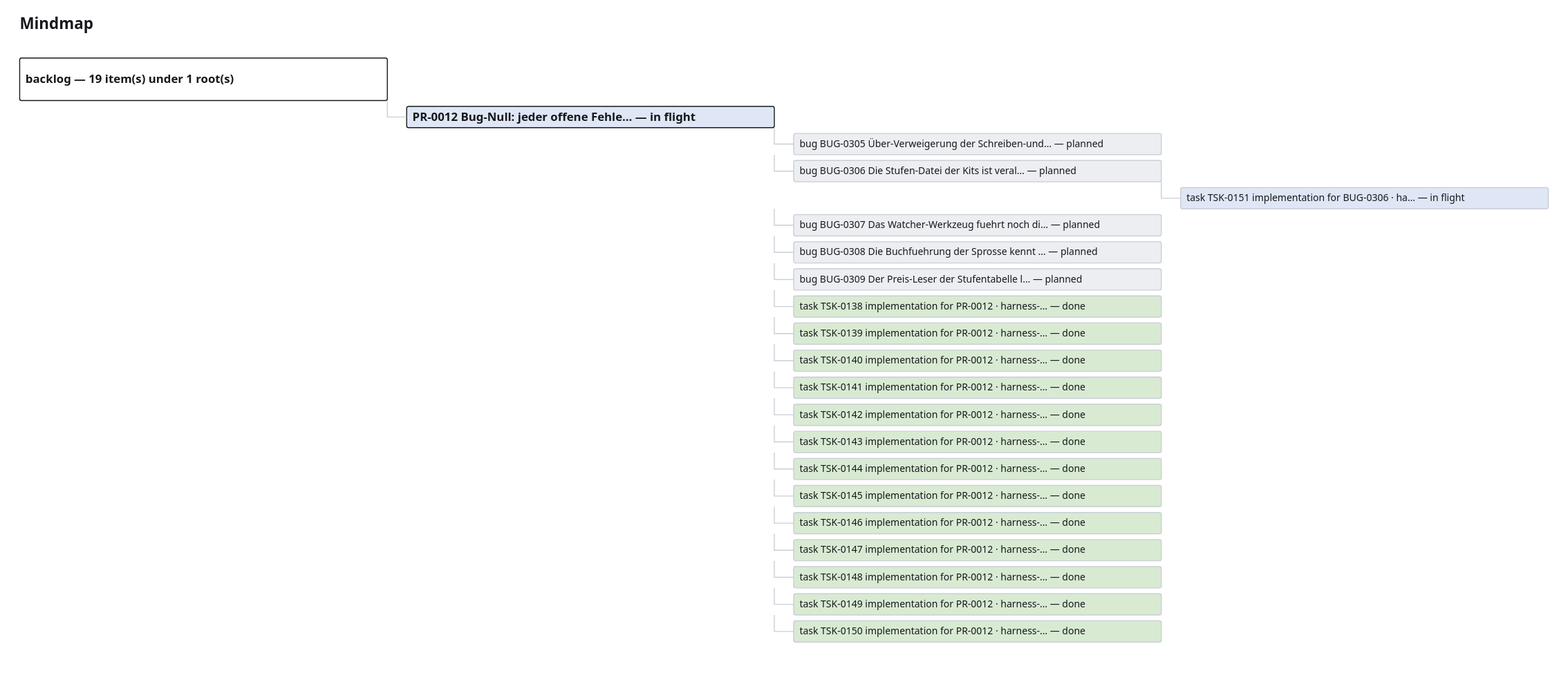
Above: project_memory/generated/mindmap.drawio.svg in GiaZenX/harness (draw.io), before the change. Source tidied: cells renumbered, new cells last; positions are measured from the earlier drawing's top-left corner, leaving out a move shared by most shapes.
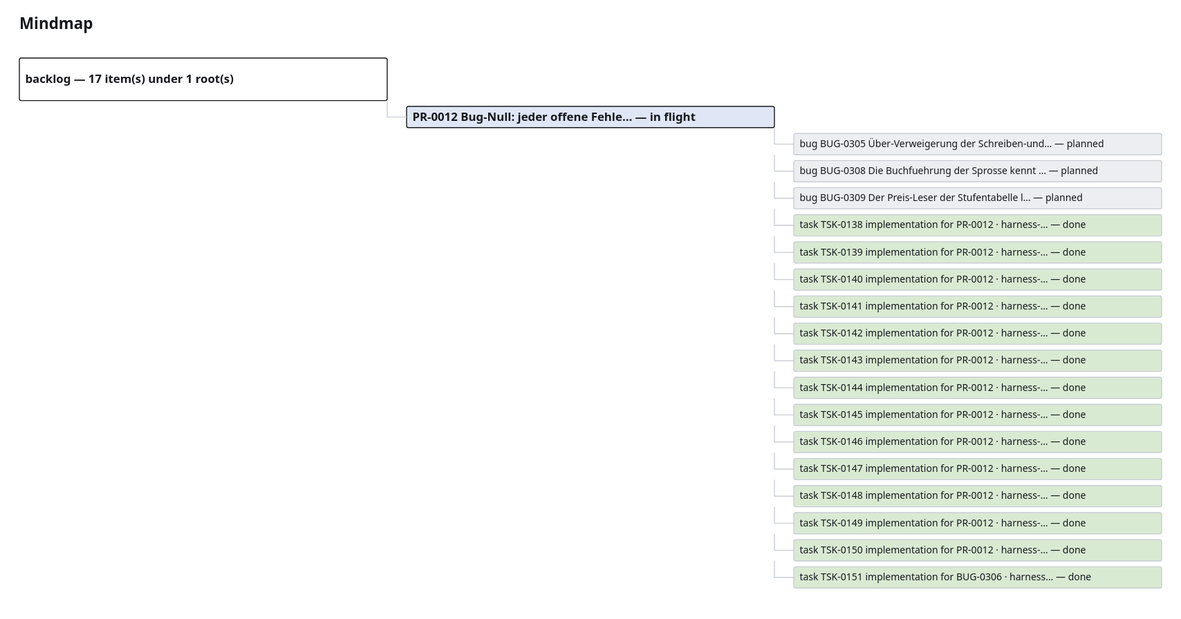
After the commit.

Diff of the diagram source:
```diff
@@ -5,7 +5,7 @@
     <mxCell id="2" value="Mindmap" style="text;html=1;fontSize=16;fontStyle=1;" parent="1" vertex="1">
       <mxGeometry width="300" height="20" as="geometry" />
     </mxCell>
-    <mxCell id="3" value="backlog — 19 item(s) under 1 root(s)" style="rounded=1;whiteSpace=wrap;html=1;fillColor=#ffffff;strokeColor=#16181c;fontSize=12;fontStyle=1;" parent="1" vertex="1">
+    <mxCell id="3" value="backlog — 17 item(s) under 1 root(s)" style="rounded=1;whiteSpace=wrap;html=1;fillColor=#ffffff;strokeColor=#16181c;fontSize=12;fontStyle=1;" parent="1" vertex="1">
       <mxGeometry y="44" width="380" height="44" as="geometry" />
     </mxCell>
     <mxCell id="4" value="PR-0012 Bug-Null: jeder offene Fehle… — in flight" style="rounded=1;whiteSpace=wrap;html=1;fillColor=#dfe6f5;strokeColor=#16181c;fontSize=12;fontStyle=1;" parent="1" vertex="1">
@@ -20,113 +20,101 @@
     <mxCell id="7" style="edgeStyle=orthogonalEdgeStyle;endArrow=none;strokeColor=#c9ced6;" parent="1" edge="1" source="4" target="6">
       <mxGeometry relative="1" as="geometry" />
     </mxCell>
-    <mxCell id="8" value="bug BUG-0306 Die Stufen-Datei der Kits ist veral… — planned" style="rounded=1;whiteSpace=wrap;html=1;fillColor=#eceef1;strokeColor=#c9ced6;fontSize=10;" parent="1" vertex="1">
+    <mxCell id="8" value="bug BUG-0308 Die Buchfuehrung der Sprosse kennt … — planned" style="rounded=1;whiteSpace=wrap;html=1;fillColor=#eceef1;strokeColor=#c9ced6;fontSize=10;" parent="1" vertex="1">
       <mxGeometry x="800" y="150" width="380" height="22" as="geometry" />
     </mxCell>
     <mxCell id="9" style="edgeStyle=orthogonalEdgeStyle;endArrow=none;strokeColor=#c9ced6;" parent="1" edge="1" source="4" target="8">
       <mxGeometry relative="1" as="geometry" />
     </mxCell>
-    <mxCell id="10" value="task TSK-0151 implementation for BUG-0306 · ha… — in flight" style="rounded=1;whiteSpace=wrap;html=1;fillColor=#dfe6f5;strokeColor=#c9ced6;fontSize=10;" parent="1" vertex="1">
-      <mxGeometry x="1200" y="178" width="380" height="22" as="geometry" />
+    <mxCell id="10" value="bug BUG-0309 Der Preis-Leser der Stufentabelle l… — planned" style="rounded=1;whiteSpace=wrap;html=1;fillColor=#eceef1;strokeColor=#c9ced6;fontSize=10;" parent="1" vertex="1">
+      <mxGeometry x="800" y="178" width="380" height="22" as="geometry" />
     </mxCell>
-    <mxCell id="11" style="edgeStyle=orthogonalEdgeStyle;endArrow=none;strokeColor=#c9ced6;" parent="1" edge="1" source="8" target="10">
+    <mxCell id="11" style="edgeStyle=orthogonalEdgeStyle;endArrow=none;strokeColor=#c9ced6;" parent="1" edge="1" source="4" target="10">
       <mxGeometry relative="1" as="geometry" />
     </mxCell>
-    <mxCell id="12" value="bug BUG-0307 Das Watcher-Werkzeug fuehrt noch di… — planned" style="rounded=1;whiteSpace=wrap;html=1;fillColor=#eceef1;strokeColor=#c9ced6;fontSize=10;" parent="1" vertex="1">
+    <mxCell id="12" value="task TSK-0138 implementation for PR-0012 · harness-… — done" style="rounded=1;whiteSpace=wrap;html=1;fillColor=#d9ead3;strokeColor=#c9ced6;fontSize=10;" parent="1" vertex="1">
       <mxGeometry x="800" y="206" width="380" height="22" as="geometry" />
     </mxCell>
     <mxCell id="13" style="edgeStyle=orthogonalEdgeStyle;endArrow=none;strokeColor=#c9ced6;" parent="1" edge="1" source="4" target="12">
       <mxGeometry relative="1" as="geometry" />
     </mxCell>
-    <mxCell id="14" value="bug BUG-0308 Die Buchfuehrung der Sprosse kennt … — planned" style="rounded=1;whiteSpace=wrap;html=1;fillColor=#eceef1;strokeColor=#c9ced6;fontSize=10;" parent="1" vertex="1">
+    <mxCell id="14" value="task TSK-0139 implementation for PR-0012 · harness-… — done" style="rounded=1;whiteSpace=wrap;html=1;fillColor=#d9ead3;strokeColor=#c9ced6;fontSize=10;" parent="1" vertex="1">
       <mxGeometry x="800" y="234" width="380" height="22" as="geometry" />
     </mxCell>
     <mxCell id="15" style="edgeStyle=orthogonalEdgeStyle;endArrow=none;strokeColor=#c9ced6;" parent="1" edge="1" source="4" target="14">
       <mxGeometry relative="1" as="geometry" />
     </mxCell>
-    <mxCell id="16" value="bug BUG-0309 Der Preis-Leser der Stufentabelle l… — planned" style="rounded=1;whiteSpace=wrap;html=1;fillColor=#eceef1;strokeColor=#c9ced6;fontSize=10;" parent="1" vertex="1">
+    <mxCell id="16" value="task TSK-0140 implementation for PR-0012 · harness-… — done" style="rounded=1;whiteSpace=wrap;html=1;fillColor=#d9ead3;strokeColor=#c9ced6;fontSize=10;" parent="1" vertex="1">
       <mxGeometry x="800" y="262" width="380" height="22" as="geometry" />
     </mxCell>
     <mxCell id="17" style="edgeStyle=orthogonalEdgeStyle;endArrow=none;strokeColor=#c9ced6;" parent="1" edge="1" source="4" target="16">
       <mxGeometry relative="1" as="geometry" />
     </mxCell>
-    <mxCell id="18" value="task TSK-0138 implementation for PR-0012 · harness-… — done" style="rounded=1;whiteSpace=wrap;html=1;fillColor=#d9ead3;strokeColor=#c9ced6;fontSize=10;" parent="1" vertex="1">
+    <mxCell id="18" value="task TSK-0141 implementation for PR-0012 · harness-… — done" style="rounded=1;whiteSpace=wrap;html=1;fillColor=#d9ead3;strokeColor=#c9ced6;fontSize=10;" parent="1" vertex="1">
       <mxGeometry x="800" y="290" width="380" height="22" as="geometry" />
     </mxCell>
     <mxCell id="19" style="edgeStyle=orthogonalEdgeStyle;endArrow=none;strokeColor=#c9ced6;" parent="1" edge="1" source="4" target="18">
       <mxGeometry relative="1" as="geometry" />
     </mxCell>
-    <mxCell id="20" value="task TSK-0139 implementation for PR-0012 · harness-… — done" style="rounded=1;whiteSpace=wrap;html=1;fillColor=#d9ead3;strokeColor=#c9ced6;fontSize=10;" parent="1" vertex="1">
+    <mxCell id="20" value="task TSK-0142 implementation for PR-0012 · harness-… — done" style="rounded=1;whiteSpace=wrap;html=1;fillColor=#d9ead3;strokeColor=#c9ced6;fontSize=10;" parent="1" vertex="1">
       <mxGeometry x="800" y="318" width="380" height="22" as="geometry" />
     </mxCell>
     <mxCell id="21" style="edgeStyle=orthogonalEdgeStyle;endArrow=none;strokeColor=#c9ced6;" parent="1" edge="1" source="4" target="20">
       <mxGeometry relative="1" as="geometry" />
     </mxCell>
-    <mxCell id="22" value="task TSK-0140 implementation for PR-0012 · harness-… — done" style="rounded=1;whiteSpace=wrap;html=1;fillColor=#d9ead3;strokeColor=#c9ced6;fontSize=10;" parent="1" vertex="1">
+    <mxCell id="22" value="task TSK-0143 implementation for PR-0012 · harness-… — done" style="rounded=1;whiteSpace=wrap;html=1;fillColor=#d9ead3;strokeColor=#c9ced6;fontSize=10;" parent="1" vertex="1">
       <mxGeometry x="800" y="346" width="380" height="22" as="geometry" />
     </mxCell>
     <mxCell id="23" style="edgeStyle=orthogonalEdgeStyle;endArrow=none;strokeColor=#c9ced6;" parent="1" edge="1" source="4" target="22">
       <mxGeometry relative="1" as="geometry" />
     </mxCell>
-    <mxCell id="24" value="task TSK-0141 implementation for PR-0012 · harness-… — done" style="rounded=1;whiteSpace=wrap;html=1;fillColor=#d9ead3;strokeColor=#c9ced6;fontSize=10;" parent="1" vertex="1">
+    <mxCell id="24" value="task TSK-0144 implementation for PR-0012 · harness-… — done" style="rounded=1;whiteSpace=wrap;html=1;fillColor=#d9ead3;strokeColor=#c9ced6;fontSize=10;" parent="1" vertex="1">
       <mxGeometry x="800" y="374" width="380" height="22" as="geometry" />
     </mxCell>
     <mxCell id="25" style="edgeStyle=orthogonalEdgeStyle;endArrow=none;strokeColor=#c9ced6;" parent="1" edge="1" source="4" target="24">
       <mxGeometry relative="1" as="geometry" />
     </mxCell>
-    <mxCell id="26" value="task TSK-0142 implementation for PR-0012 · harness-… — done" style="rounded=1;whiteSpace=wrap;html=1;fillColor=#d9ead3;strokeColor=#c9ced6;fontSize=10;" parent="1" vertex="1">
+    <mxCell id="26" value="task TSK-0145 implementation for PR-0012 · harness-… — done" style="rounded=1;whiteSpace=wrap;html=1;fillColor=#d9ead3;strokeColor=#c9ced6;fontSize=10;" parent="1" vertex="1">
       <mxGeometry x="800" y="402" width="380" height="22" as="geometry" />
     </mxCell>
     <mxCell id="27" style="edgeStyle=orthogonalEdgeStyle;endArrow=none;strokeColor=#c9ced6;" parent="1" edge="1" source="4" target="26">
       <mxGeometry relative="1" as="geometry" />
     </mxCell>
-    <mxCell id="28" value="task TSK-0143 implementation for PR-0012 · harness-… — done" style="rounded=1;whiteSpace=wrap;html=1;fillColor=#d9ead3;strokeColor=#c9ced6;fontSize=10;" parent="1" vertex="1">
+    <mxCell id="28" value="task TSK-0146 implementation for PR-0012 · harness-… — done" style="rounded=1;whiteSpace=wrap;html=1;fillColor=#d9ead3;strokeColor=#c9ced6;fontSize=10;" parent="1" vertex="1">
       <mxGeometry x="800" y="430" width="380" height="22" as="geometry" />
     </mxCell>
     <mxCell id="29" style="edgeStyle=orthogonalEdgeStyle;endArrow=none;strokeColor=#c9ced6;" parent="1" edge="1" source="4" target="28">
       <mxGeometry relative="1" as="geometry" />
     </mxCell>
-    <mxCell id="30" value="task TSK-0144 implementation for PR-0012 · harness-… — done" style="rounded=1;whiteSpace=wrap;html=1;fillColor=#d9ead3;strokeColor=#c9ced6;fontSize=10;" parent="1" vertex="1">
+    <mxCell id="30" value="task TSK-0147 implementation for PR-0012 · harness-… — done" style="rounded=1;whiteSpace=wrap;html=1;fillColor=#d9ead3;strokeColor=#c9ced6;fontSize=10;" parent="1" vertex="1">
       <mxGeometry x="800" y="458" width="380" height="22" as="geometry" />
     </mxCell>
     <mxCell id="31" style="edgeStyle=orthogonalEdgeStyle;endArrow=none;strokeColor=#c9ced6;" parent="1" edge="1" source="4" target="30">
       <mxGeometry relative="1" as="geometry" />
     </mxCell>
-    <mxCell id="32" value="task TSK-0145 implementation for PR-0012 · harness-… — done" style="rounded=1;whiteSpace=wrap;html=1;fillColor=#d9ead3;strokeColor=#c9ced6;fontSize=10;" parent="1" vertex="1">
+    <mxCell id="32" value="task TSK-0148 implementation for PR-0012 · harness-… — done" style="rounded=1;whiteSpace=wrap;html=1;fillColor=#d9ead3;strokeColor=#c9ced6;fontSize=10;" parent="1" vertex="1">
       <mxGeometry x="800" y="486" width="380" height="22" as="geometry" />
     </mxCell>
     <mxCell id="33" style="edgeStyle=orthogonalEdgeStyle;endArrow=none;strokeColor=#c9ced6;" parent="1" edge="1" source="4" target="32">
       <mxGeometry relative="1" as="geometry" />
     </mxCell>
-    <mxCell id="34" value="task TSK-0146 implementation for PR-0012 · harness-… — done" style="rounded=1;whiteSpace=wrap;html=1;fillColor=#d9ead3;strokeColor=#c9ced6;fontSize=10;" parent="1" vertex="1">
+    <mxCell id="34" value="task TSK-0149 implementation for PR-0012 · harness-… — done" style="rounded=1;whiteSpace=wrap;html=1;fillColor=#d9ead3;strokeColor=#c9ced6;fontSize=10;" parent="1" vertex="1">
       <mxGeometry x="800" y="514" width="380" height="22" as="geometry" />
     </mxCell>
     <mxCell id="35" style="edgeStyle=orthogonalEdgeStyle;endArrow=none;strokeColor=#c9ced6;" parent="1" edge="1" source="4" target="34">
       <mxGeometry relative="1" as="geometry" />
     </mxCell>
-    <mxCell id="36" value="task TSK-0147 implementation for PR-0012 · harness-… — done" style="rounded=1;whiteSpace=wrap;html=1;fillColor=#d9ead3;strokeColor=#c9ced6;fontSize=10;" parent="1" vertex="1">
+    <mxCell id="36" value="task TSK-0150 implementation for PR-0012 · harness-… — done" style="rounded=1;whiteSpace=wrap;html=1;fillColor=#d9ead3;strokeColor=#c9ced6;fontSize=10;" parent="1" vertex="1">
       <mxGeometry x="800" y="542" width="380" height="22" as="geometry" />
     </mxCell>
     <mxCell id="37" style="edgeStyle=orthogonalEdgeStyle;endArrow=none;strokeColor=#c9ced6;" parent="1" edge="1" source="4" target="36">
       <mxGeometry relative="1" as="geometry" />
     </mxCell>
-    <mxCell id="38" value="task TSK-0148 implementation for PR-0012 · harness-… — done" style="rounded=1;whiteSpace=wrap;html=1;fillColor=#d9ead3;strokeColor=#c9ced6;fontSize=10;" parent="1" vertex="1">
+    <mxCell id="38" value="task TSK-0151 implementation for BUG-0306 · harness… — done" style="rounded=1;whiteSpace=wrap;html=1;fillColor=#d9ead3;strokeColor=#c9ced6;fontSize=10;" parent="1" vertex="1">
       <mxGeometry x="800" y="570" width="380" height="22" as="geometry" />
     </mxCell>
     <mxCell id="39" style="edgeStyle=orthogonalEdgeStyle;endArrow=none;strokeColor=#c9ced6;" parent="1" edge="1" source="4" target="38">
       <mxGeometry relative="1" as="geometry" />
     </mxCell>
-    <mxCell id="40" value="task TSK-0149 implementation for PR-0012 · harness-… — done" style="rounded=1;whiteSpace=wrap;html=1;fillColor=#d9ead3;strokeColor=#c9ced6;fontSize=10;" parent="1" vertex="1">
-      <mxGeometry x="800" y="598" width="380" height="22" as="geometry" />
-    </mxCell>
-    <mxCell id="41" style="edgeStyle=orthogonalEdgeStyle;endArrow=none;strokeColor=#c9ced6;" parent="1" edge="1" source="4" target="40">
-      <mxGeometry relative="1" as="geometry" />
-    </mxCell>
-    <mxCell id="42" value="task TSK-0150 implementation for PR-0012 · harness-… — done" style="rounded=1;whiteSpace=wrap;html=1;fillColor=#d9ead3;strokeColor=#c9ced6;fontSize=10;" parent="1" vertex="1">
-      <mxGeometry x="800" y="626" width="380" height="22" as="geometry" />
-    </mxCell>
-    <mxCell id="43" style="edgeStyle=orthogonalEdgeStyle;endArrow=none;strokeColor=#c9ced6;" parent="1" edge="1" source="4" target="42">
-      <mxGeometry relative="1" as="geometry" />
-    </mxCell>
   </root>
 </mxGraphModel>
```
